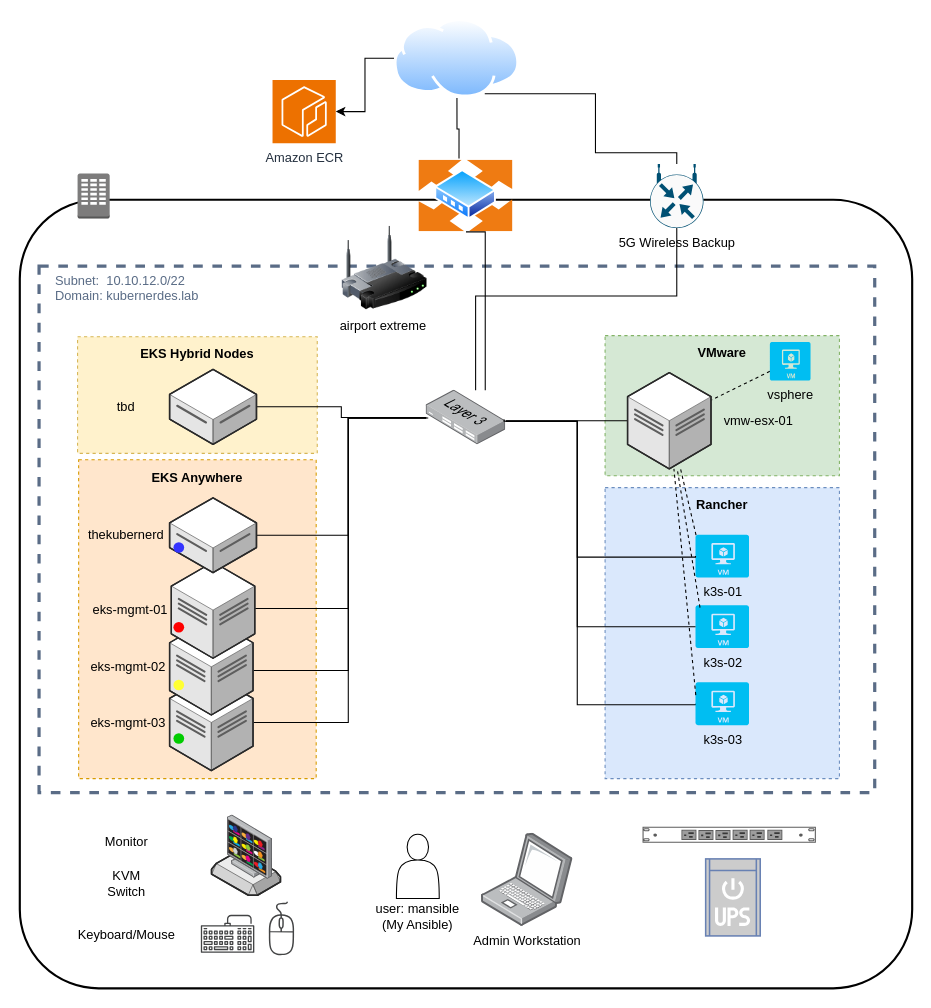
Earlier version of the draw.io diagram Images/Kubernerdes-Lab-Overview.drawio (cloudxabide/kubernerdes.lab). Source tidied: cells renumbered, new cells numbered last; positions are measured from the earlier drawing's top-left corner, leaving out a move shared by most shapes. Both pictures are drawn from the tidied source at 107%, with x=0, y=0 at pixel (19, 18).
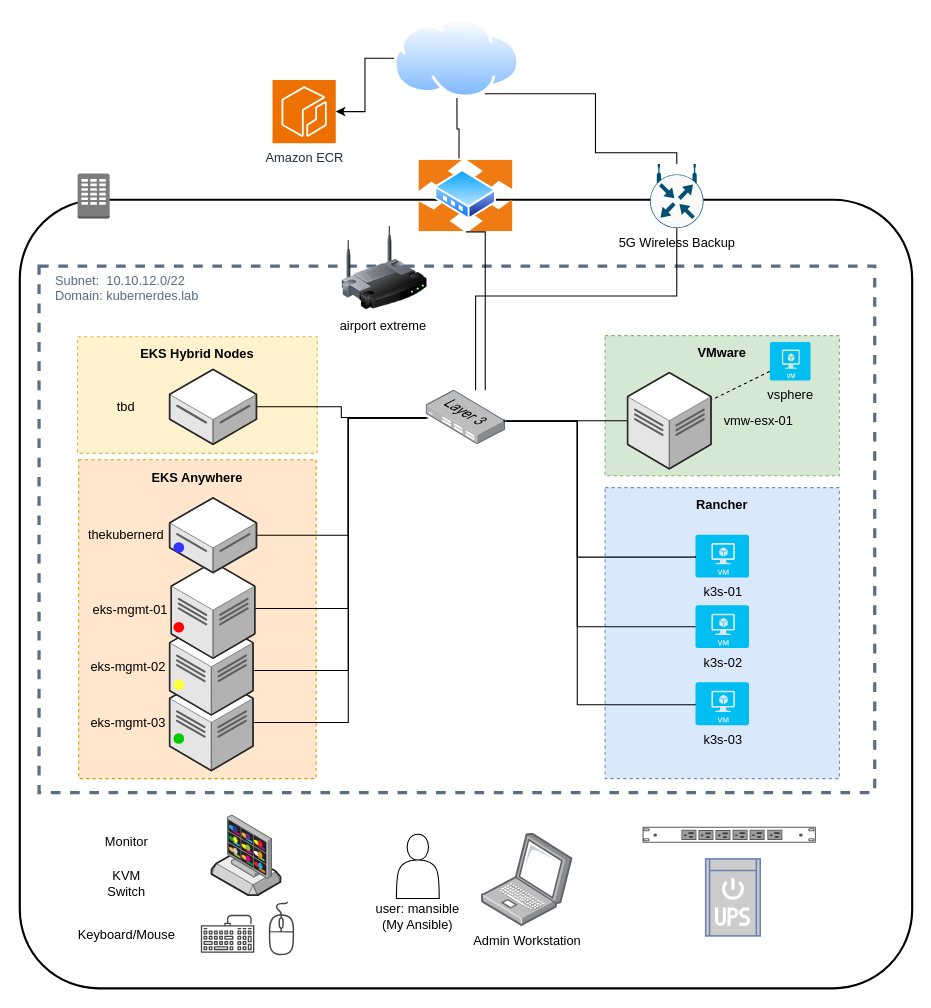
The same diagram, later.

The change refers to these unchanged cells:
```xml
<mxCell id="3" value="k3s-01" style="verticalLabelPosition=bottom;html=1;verticalAlign=top;align=center;strokeColor=none;fillColor=#00BEF2;shape=mxgraph.azure.virtual_machine;" parent="1" vertex="1">
  <mxGeometry x="631.5" y="482.2" width="50" height="40" as="geometry" />
</mxCell>
<mxCell id="24" value="vmw-esx-01" style="verticalLabelPosition=middle;html=1;verticalAlign=middle;strokeWidth=1;align=right;outlineConnect=0;dashed=0;outlineConnect=0;shape=mxgraph.aws3d.dataCenter;strokeColor=#5E5E5E;horizontal=1;labelPosition=right;" parent="1" vertex="1">
  <mxGeometry x="568" y="330.7" width="78" height="90" as="geometry" />
</mxCell>
<mxCell id="51" value="k3s-02" style="verticalLabelPosition=bottom;html=1;verticalAlign=top;align=center;strokeColor=none;fillColor=#00BEF2;shape=mxgraph.azure.virtual_machine;" parent="1" vertex="1">
  <mxGeometry x="631.5" y="548.2" width="50" height="40" as="geometry" />
</mxCell>
<mxCell id="53" value="k3s-03" style="verticalLabelPosition=bottom;html=1;verticalAlign=top;align=center;strokeColor=none;fillColor=#00BEF2;shape=mxgraph.azure.virtual_machine;" parent="1" vertex="1">
  <mxGeometry x="631.5" y="620.2" width="50" height="40" as="geometry" />
</mxCell>
```

What changed in the source:
```diff
@@
-    <mxCell id="50" style="rounded=0;jettySize=auto;html=1;exitX=0.01;exitY=0.01;exitDx=0;exitDy=0;exitPerimeter=0;endArrow=none;endFill=0;dashed=1;" parent="1" edge="1" source="3" target="24">
-      <mxGeometry relative="1" as="geometry" />
-    </mxCell>
@@
-    <mxCell id="59" style="rounded=0;jettySize=auto;html=1;exitX=0.084;exitY=0.053;exitDx=0;exitDy=0;exitPerimeter=0;endArrow=none;endFill=0;dashed=1;" parent="1" edge="1" source="51" target="24">
-      <mxGeometry relative="1" as="geometry" />
-    </mxCell>
-    <mxCell id="60" style="rounded=0;jettySize=auto;html=1;exitX=0.005;exitY=0.298;exitDx=0;exitDy=0;exitPerimeter=0;endArrow=none;endFill=0;dashed=1;" parent="1" edge="1" source="53" target="24">
-      <mxGeometry relative="1" as="geometry" />
-    </mxCell>
```
